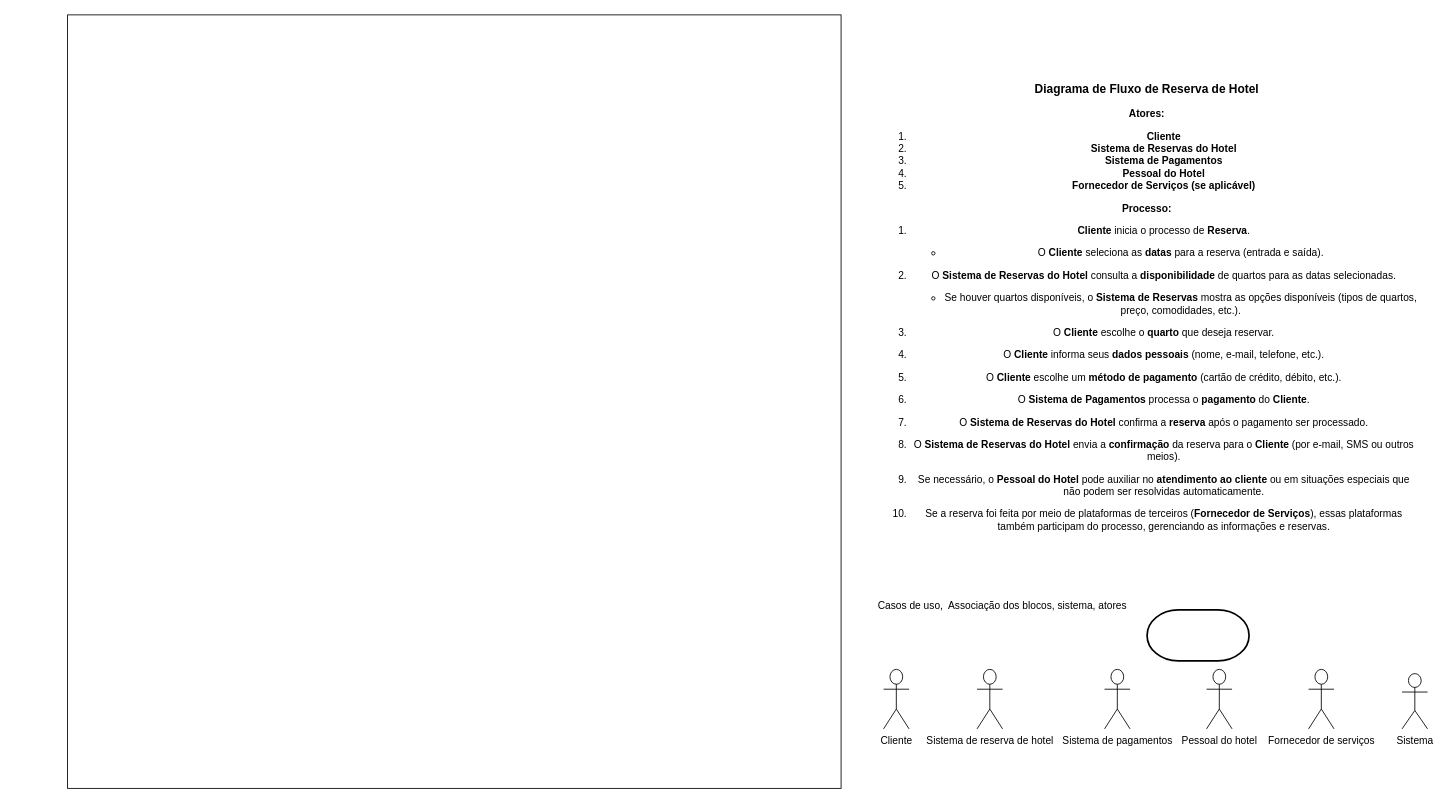
Before: page "Página-3" (3 of 4) of Diagramaaula.drawio in MagdyelDev/diagramaderequisitos, a draw.io diagram. Source tidied: cells renumbered, new cells numbered last; positions are measured from the earlier drawing's top-left corner, leaving out a move shared by most shapes. Both pictures are drawn from the tidied source at 85%, with x=0, y=0 at pixel (67, 14).
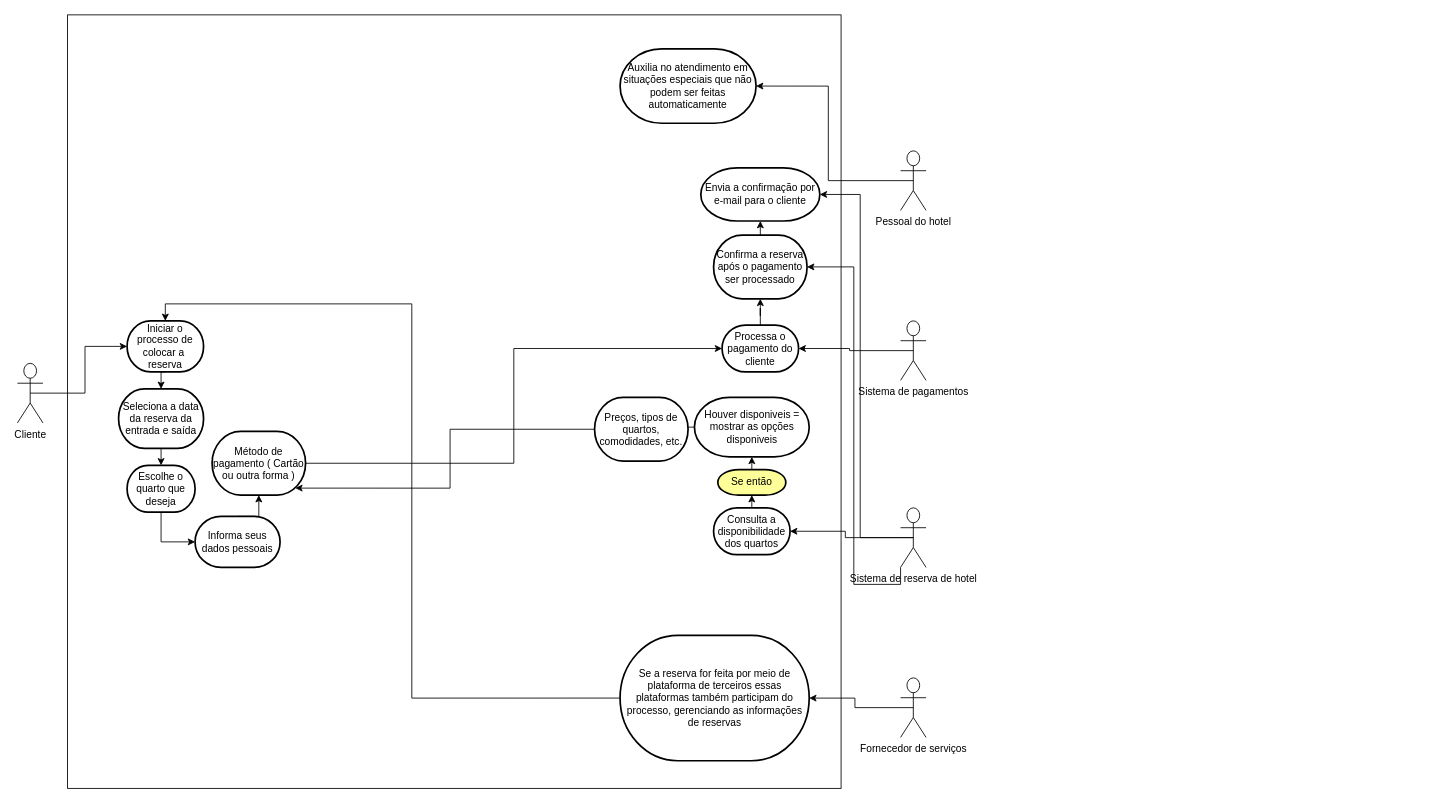
The same diagram, later.

The edit, as a diff of the source:
```diff
@@
     <mxCell id="3" value="Cliente" style="shape=umlActor;verticalLabelPosition=bottom;verticalAlign=top;html=1;outlineConnect=0;" parent="1" vertex="1">
-      <mxGeometry x="960" y="770" width="30" height="70" as="geometry" />
+      <mxGeometry x="-59" y="410" width="30" height="70" as="geometry" />
     </mxCell>
-    <mxCell id="4" value="Sistema" style="shape=umlActor;verticalLabelPosition=bottom;verticalAlign=top;html=1;" parent="1" vertex="1">
-      <mxGeometry x="1570" y="775" width="30" height="65" as="geometry" />
-    </mxCell>
-    <mxCell id="5" style="strokeWidth=2;html=1;shape=mxgraph.flowchart.terminator;whiteSpace=wrap;" parent="1" vertex="1">
-      <mxGeometry x="1270" y="700" width="120" height="60" as="geometry" />
+    <mxCell id="5" value="Iniciar o processo de&lt;div&gt;colocar a&amp;nbsp; reserva&lt;/div&gt;" style="strokeWidth=2;html=1;shape=mxgraph.flowchart.terminator;whiteSpace=wrap;" parent="1" vertex="1">
+      <mxGeometry x="70" y="360" width="90" height="60" as="geometry" />
     </mxCell>
     <mxCell id="6" value="Sistema de reserva de hotel" style="shape=umlActor;verticalLabelPosition=bottom;verticalAlign=top;html=1;outlineConnect=0;" parent="1" vertex="1">
-      <mxGeometry x="1070" y="770" width="30" height="70" as="geometry" />
+      <mxGeometry x="980" y="580" width="30" height="70" as="geometry" />
     </mxCell>
+    <mxCell id="12" style="edgeStyle=orthogonalEdgeStyle;rounded=0;jettySize=auto;html=1;exitX=0.5;exitY=0.5;exitDx=0;exitDy=0;exitPerimeter=0;" parent="1" edge="1" source="7" target="31">
+      <mxGeometry relative="1" as="geometry" />
+    </mxCell>
     <mxCell id="7" value="Sistema de pagamentos" style="shape=umlActor;verticalLabelPosition=bottom;verticalAlign=top;html=1;outlineConnect=0;" parent="1" vertex="1">
-      <mxGeometry x="1220" y="770" width="30" height="70" as="geometry" />
+      <mxGeometry x="980" y="360" width="30" height="70" as="geometry" />
     </mxCell>
     <mxCell id="8" value="Pessoal do hotel" style="shape=umlActor;verticalLabelPosition=bottom;verticalAlign=top;html=1;outlineConnect=0;" parent="1" vertex="1">
-      <mxGeometry x="1340" y="770" width="30" height="70" as="geometry" />
+      <mxGeometry x="980" y="160" width="30" height="70" as="geometry" />
     </mxCell>
+    <mxCell id="13" style="edgeStyle=orthogonalEdgeStyle;rounded=0;jettySize=auto;html=1;exitX=0.5;exitY=0.5;exitDx=0;exitDy=0;exitPerimeter=0;" parent="1" edge="1" source="9" target="40">
+      <mxGeometry relative="1" as="geometry" />
+    </mxCell>
     <mxCell id="9" value="Fornecedor de serviços" style="shape=umlActor;verticalLabelPosition=bottom;verticalAlign=top;html=1;outlineConnect=0;" parent="1" vertex="1">
-      <mxGeometry x="1460" y="770" width="30" height="70" as="geometry" />
+      <mxGeometry x="980" y="780" width="30" height="70" as="geometry" />
     </mxCell>
-    <mxCell id="10" value="Casos de uso,&amp;nbsp; Associação dos blocos, sistema, atores" style="text;html=1;align=center;verticalAlign=middle;whiteSpace=wrap;rounded=0;" parent="1" vertex="1">
-      <mxGeometry x="950" y="680" width="300" height="30" as="geometry" />
-    </mxCell>
-    <mxCell id="11" value="&#10;&lt;h3&gt;&lt;strong&gt;Diagrama de Fluxo de Reserva de Hotel&lt;/strong&gt;&lt;/h3&gt;&lt;p&gt;&lt;strong&gt;Atores:&lt;/strong&gt;&lt;/p&gt;&lt;ol&gt;&lt;li&gt;&lt;strong&gt;Cliente&lt;/strong&gt;&lt;/li&gt;&lt;li&gt;&lt;strong&gt;Sistema de Reservas do Hotel&lt;/strong&gt;&lt;/li&gt;&lt;li&gt;&lt;strong&gt;Sistema de Pagamentos&lt;/strong&gt;&lt;/li&gt;&lt;li&gt;&lt;strong&gt;Pessoal do Hotel&lt;/strong&gt;&lt;/li&gt;&lt;li&gt;&lt;strong&gt;Fornecedor de Serviços (se aplicável)&lt;/strong&gt;&lt;/li&gt;&lt;/ol&gt;&lt;p&gt;&lt;strong&gt;Processo:&lt;/strong&gt;&lt;/p&gt;&lt;ol&gt;&lt;li&gt;&lt;p&gt;&lt;strong&gt;Cliente&lt;/strong&gt; inicia o processo de &lt;strong&gt;Reserva&lt;/strong&gt;.&lt;/p&gt;&lt;ul&gt;&lt;li&gt;O &lt;strong&gt;Cliente&lt;/strong&gt; seleciona as &lt;strong&gt;datas&lt;/strong&gt; para a reserva (entrada e saída).&lt;/li&gt;&lt;/ul&gt;&lt;/li&gt;&lt;li&gt;&lt;p&gt;O &lt;strong&gt;Sistema de Reservas do Hotel&lt;/strong&gt; consulta a &lt;strong&gt;disponibilidade&lt;/strong&gt; de quartos para as datas selecionadas.&lt;/p&gt;&lt;ul&gt;&lt;li&gt;Se houver quartos disponíveis, o &lt;strong&gt;Sistema de Reservas&lt;/strong&gt; mostra as opções disponíveis (tipos de quartos, preço, comodidades, etc.).&lt;/li&gt;&lt;/ul&gt;&lt;/li&gt;&lt;li&gt;&lt;p&gt;O &lt;strong&gt;Cliente&lt;/strong&gt; escolhe o &lt;strong&gt;quarto&lt;/strong&gt; que deseja reservar.&lt;/p&gt;&lt;/li&gt;&lt;li&gt;&lt;p&gt;O &lt;strong&gt;Cliente&lt;/strong&gt; informa seus &lt;strong&gt;dados pessoais&lt;/strong&gt; (nome, e-mail, telefone, etc.).&lt;/p&gt;&lt;/li&gt;&lt;li&gt;&lt;p&gt;O &lt;strong&gt;Cliente&lt;/strong&gt; escolhe um &lt;strong&gt;método de pagamento&lt;/strong&gt; (cartão de crédito, débito, etc.).&lt;/p&gt;&lt;/li&gt;&lt;li&gt;&lt;p&gt;O &lt;strong&gt;Sistema de Pagamentos&lt;/strong&gt; processa o &lt;strong&gt;pagamento&lt;/strong&gt; do &lt;strong&gt;Cliente&lt;/strong&gt;.&lt;/p&gt;&lt;/li&gt;&lt;li&gt;&lt;p&gt;O &lt;strong&gt;Sistema de Reservas do Hotel&lt;/strong&gt; confirma a &lt;strong&gt;reserva&lt;/strong&gt; após o pagamento ser processado.&lt;/p&gt;&lt;/li&gt;&lt;li&gt;&lt;p&gt;O &lt;strong&gt;Sistema de Reservas do Hotel&lt;/strong&gt; envia a &lt;strong&gt;confirmação&lt;/strong&gt; da reserva para o &lt;strong&gt;Cliente&lt;/strong&gt; (por e-mail, SMS ou outros meios).&lt;/p&gt;&lt;/li&gt;&lt;li&gt;&lt;p&gt;Se necessário, o &lt;strong&gt;Pessoal do Hotel&lt;/strong&gt; pode auxiliar no &lt;strong&gt;atendimento ao cliente&lt;/strong&gt; ou em situações especiais que não podem ser resolvidas automaticamente.&lt;/p&gt;&lt;/li&gt;&lt;li&gt;&lt;p&gt;Se a reserva foi feita por meio de plataformas de terceiros (&lt;strong&gt;Fornecedor de Serviços&lt;/strong&gt;), essas plataformas também participam do processo, gerenciando as informações e reservas.&lt;/p&gt;&lt;/li&gt;&lt;/ol&gt;&#10;&#10;" style="text;html=1;align=center;verticalAlign=middle;whiteSpace=wrap;rounded=0;" parent="1" vertex="1">
-      <mxGeometry x="950" y="50" width="640" height="600" as="geometry" />
-    </mxCell>
+    <mxCell id="14" value="Método de pagamento ( Cartão ou outra forma )" style="strokeWidth=2;html=1;shape=mxgraph.flowchart.terminator;whiteSpace=wrap;" parent="1" vertex="1">
+      <mxGeometry x="170" y="490" width="110" height="75" as="geometry" />
+    </mxCell>
+    <mxCell id="15" style="edgeStyle=orthogonalEdgeStyle;rounded=0;jettySize=auto;html=1;exitX=0.5;exitY=0.5;exitDx=0;exitDy=0;exitPerimeter=0;entryX=0;entryY=0.5;entryDx=0;entryDy=0;entryPerimeter=0;" parent="1" edge="1" source="3" target="5">
+      <mxGeometry relative="1" as="geometry" />
+    </mxCell>
+    <mxCell id="16" value="Seleciona a data da reserva da entrada e saída" style="strokeWidth=2;html=1;shape=mxgraph.flowchart.terminator;whiteSpace=wrap;" parent="1" vertex="1">
+      <mxGeometry x="60" y="440" width="100" height="70" as="geometry" />
+    </mxCell>
+    <mxCell id="17" style="edgeStyle=orthogonalEdgeStyle;rounded=0;jettySize=auto;html=1;exitX=0.5;exitY=1;exitDx=0;exitDy=0;exitPerimeter=0;entryX=0.5;entryY=0;entryDx=0;entryDy=0;entryPerimeter=0;" parent="1" edge="1" source="5" target="16">
+      <mxGeometry relative="1" as="geometry" />
+    </mxCell>
+    <mxCell id="18" value="Consulta a disponibilidade dos quartos" style="strokeWidth=2;html=1;shape=mxgraph.flowchart.terminator;whiteSpace=wrap;fontStyle=0;" parent="1" vertex="1">
+      <mxGeometry x="760" y="580" width="90" height="55" as="geometry" />
+    </mxCell>
+    <mxCell id="19" style="edgeStyle=orthogonalEdgeStyle;rounded=0;jettySize=auto;html=1;exitX=0.5;exitY=0.5;exitDx=0;exitDy=0;exitPerimeter=0;entryX=1;entryY=0.5;entryDx=0;entryDy=0;entryPerimeter=0;" parent="1" edge="1" source="6" target="18">
+      <mxGeometry relative="1" as="geometry" />
+    </mxCell>
+    <mxCell id="20" value="Se então" style="strokeWidth=2;html=1;shape=mxgraph.flowchart.terminator;whiteSpace=wrap;fillColor=light-dark(#FFFF99,var(--ge-dark-color, #121212));" parent="1" vertex="1">
+      <mxGeometry x="765" y="535" width="80" height="30" as="geometry" />
+    </mxCell>
+    <mxCell id="21" style="edgeStyle=orthogonalEdgeStyle;rounded=0;jettySize=auto;html=1;exitX=0.5;exitY=0;exitDx=0;exitDy=0;exitPerimeter=0;entryX=0.5;entryY=1;entryDx=0;entryDy=0;entryPerimeter=0;" parent="1" edge="1" source="18" target="20">
+      <mxGeometry relative="1" as="geometry" />
+    </mxCell>
+    <mxCell id="22" style="edgeStyle=orthogonalEdgeStyle;rounded=0;jettySize=auto;html=1;exitX=0;exitY=0.5;exitDx=0;exitDy=0;exitPerimeter=0;" parent="1" edge="1" source="23" target="25">
+      <mxGeometry relative="1" as="geometry" />
+    </mxCell>
+    <mxCell id="23" value="Houver disponiveis = mostrar as opções disponiveis" style="strokeWidth=2;html=1;shape=mxgraph.flowchart.terminator;whiteSpace=wrap;" parent="1" vertex="1">
+      <mxGeometry x="737.5" y="450" width="135" height="70" as="geometry" />
+    </mxCell>
+    <mxCell id="24" style="edgeStyle=orthogonalEdgeStyle;rounded=0;jettySize=auto;html=1;exitX=0.5;exitY=0;exitDx=0;exitDy=0;exitPerimeter=0;entryX=0.5;entryY=1;entryDx=0;entryDy=0;entryPerimeter=0;" parent="1" edge="1" source="20" target="23">
+      <mxGeometry relative="1" as="geometry" />
+    </mxCell>
+    <mxCell id="25" value="Preços, tipos de quartos, comodidades, etc." style="strokeWidth=2;html=1;shape=mxgraph.flowchart.terminator;whiteSpace=wrap;" parent="1" vertex="1">
+      <mxGeometry x="620" y="450" width="110" height="75" as="geometry" />
+    </mxCell>
+    <mxCell id="26" value="Escolhe o quarto que deseja" style="strokeWidth=2;html=1;shape=mxgraph.flowchart.terminator;whiteSpace=wrap;" parent="1" vertex="1">
+      <mxGeometry x="70" y="530" width="80" height="55" as="geometry" />
+    </mxCell>
+    <mxCell id="27" style="edgeStyle=orthogonalEdgeStyle;rounded=0;jettySize=auto;html=1;exitX=0.5;exitY=1;exitDx=0;exitDy=0;exitPerimeter=0;entryX=0.5;entryY=0;entryDx=0;entryDy=0;entryPerimeter=0;" parent="1" edge="1" source="16" target="26">
+      <mxGeometry relative="1" as="geometry" />
+    </mxCell>
+    <mxCell id="28" value="Informa seus dados pessoais" style="strokeWidth=2;html=1;shape=mxgraph.flowchart.terminator;whiteSpace=wrap;" parent="1" vertex="1">
+      <mxGeometry x="150" y="590" width="100" height="60" as="geometry" />
+    </mxCell>
+    <mxCell id="29" style="edgeStyle=orthogonalEdgeStyle;rounded=0;jettySize=auto;html=1;exitX=0.5;exitY=1;exitDx=0;exitDy=0;exitPerimeter=0;entryX=0;entryY=0.5;entryDx=0;entryDy=0;entryPerimeter=0;" parent="1" edge="1" source="26" target="28">
+      <mxGeometry relative="1" as="geometry" />
+    </mxCell>
+    <mxCell id="30" style="edgeStyle=orthogonalEdgeStyle;rounded=0;jettySize=auto;html=1;exitX=0.5;exitY=0;exitDx=0;exitDy=0;exitPerimeter=0;" parent="1" edge="1" source="31" target="34">
+      <mxGeometry relative="1" as="geometry" />
+    </mxCell>
+    <mxCell id="31" value="Processa o pagamento do cliente" style="strokeWidth=2;html=1;shape=mxgraph.flowchart.terminator;whiteSpace=wrap;" parent="1" vertex="1">
+      <mxGeometry x="770" y="365" width="90" height="55" as="geometry" />
+    </mxCell>
+    <mxCell id="32" style="edgeStyle=orthogonalEdgeStyle;rounded=0;jettySize=auto;html=1;exitX=0.5;exitY=0;exitDx=0;exitDy=0;exitPerimeter=0;entryX=0.5;entryY=1;entryDx=0;entryDy=0;entryPerimeter=0;" parent="1" edge="1" source="28" target="14">
+      <mxGeometry relative="1" as="geometry" />
+    </mxCell>
+    <mxCell id="33" style="edgeStyle=orthogonalEdgeStyle;rounded=0;jettySize=auto;html=1;exitX=1;exitY=0.5;exitDx=0;exitDy=0;exitPerimeter=0;entryX=0;entryY=0.5;entryDx=0;entryDy=0;entryPerimeter=0;" parent="1" edge="1" source="14" target="31">
+      <mxGeometry relative="1" as="geometry" />
+    </mxCell>
+    <mxCell id="34" value="Confirma a reserva após o pagamento ser processado" style="strokeWidth=2;html=1;shape=mxgraph.flowchart.terminator;whiteSpace=wrap;" parent="1" vertex="1">
+      <mxGeometry x="760" y="259" width="110" height="75" as="geometry" />
+    </mxCell>
+    <mxCell id="35" style="edgeStyle=orthogonalEdgeStyle;rounded=0;jettySize=auto;html=1;exitX=0;exitY=1;exitDx=0;exitDy=0;exitPerimeter=0;entryX=1;entryY=0.5;entryDx=0;entryDy=0;entryPerimeter=0;" parent="1" edge="1" source="6" target="34">
+      <mxGeometry relative="1" as="geometry" />
+    </mxCell>
+    <mxCell id="36" value="Envia a confirmação por e-mail para o cliente" style="strokeWidth=2;html=1;shape=mxgraph.flowchart.terminator;whiteSpace=wrap;" parent="1" vertex="1">
+      <mxGeometry x="745" y="180" width="140" height="62.5" as="geometry" />
+    </mxCell>
+    <mxCell id="37" style="edgeStyle=orthogonalEdgeStyle;rounded=0;jettySize=auto;html=1;exitX=0.5;exitY=0.5;exitDx=0;exitDy=0;exitPerimeter=0;entryX=1;entryY=0.5;entryDx=0;entryDy=0;entryPerimeter=0;" parent="1" edge="1" source="6" target="36">
+      <mxGeometry relative="1" as="geometry" />
+    </mxCell>
+    <mxCell id="38" value="Auxilia no atendimento em situações especiais que não podem ser feitas automaticamente" style="strokeWidth=2;html=1;shape=mxgraph.flowchart.terminator;whiteSpace=wrap;" parent="1" vertex="1">
+      <mxGeometry x="650" y="40" width="160" height="87.5" as="geometry" />
+    </mxCell>
+    <mxCell id="39" style="edgeStyle=orthogonalEdgeStyle;rounded=0;jettySize=auto;html=1;exitX=0.5;exitY=0.5;exitDx=0;exitDy=0;exitPerimeter=0;entryX=1;entryY=0.5;entryDx=0;entryDy=0;entryPerimeter=0;" parent="1" edge="1" source="8" target="38">
+      <mxGeometry relative="1" as="geometry" />
+    </mxCell>
+    <mxCell id="40" value="Se a reserva for feita por meio de plataforma de terceiros essas plataformas também participam do processo, gerenciando as informações de reservas" style="strokeWidth=2;html=1;shape=mxgraph.flowchart.terminator;whiteSpace=wrap;" parent="1" vertex="1">
+      <mxGeometry x="650" y="730" width="222.5" height="147.5" as="geometry" />
+    </mxCell>
+    <mxCell id="41" style="edgeStyle=orthogonalEdgeStyle;rounded=0;jettySize=auto;html=1;exitX=0.5;exitY=0;exitDx=0;exitDy=0;exitPerimeter=0;entryX=0.5;entryY=1;entryDx=0;entryDy=0;entryPerimeter=0;" parent="1" edge="1" source="34" target="36">
+      <mxGeometry relative="1" as="geometry" />
+    </mxCell>
+    <mxCell id="42" style="edgeStyle=orthogonalEdgeStyle;rounded=0;jettySize=auto;html=1;exitX=0;exitY=0.5;exitDx=0;exitDy=0;exitPerimeter=0;entryX=0.5;entryY=0;entryDx=0;entryDy=0;entryPerimeter=0;" parent="1" edge="1" source="40" target="5">
+      <mxGeometry relative="1" as="geometry" />
+    </mxCell>
+    <mxCell id="43" style="edgeStyle=orthogonalEdgeStyle;rounded=0;jettySize=auto;html=1;exitX=0;exitY=0.5;exitDx=0;exitDy=0;exitPerimeter=0;entryX=0.89;entryY=0.89;entryDx=0;entryDy=0;entryPerimeter=0;" parent="1" edge="1" source="25" target="14">
+      <mxGeometry relative="1" as="geometry" />
+    </mxCell>
```
